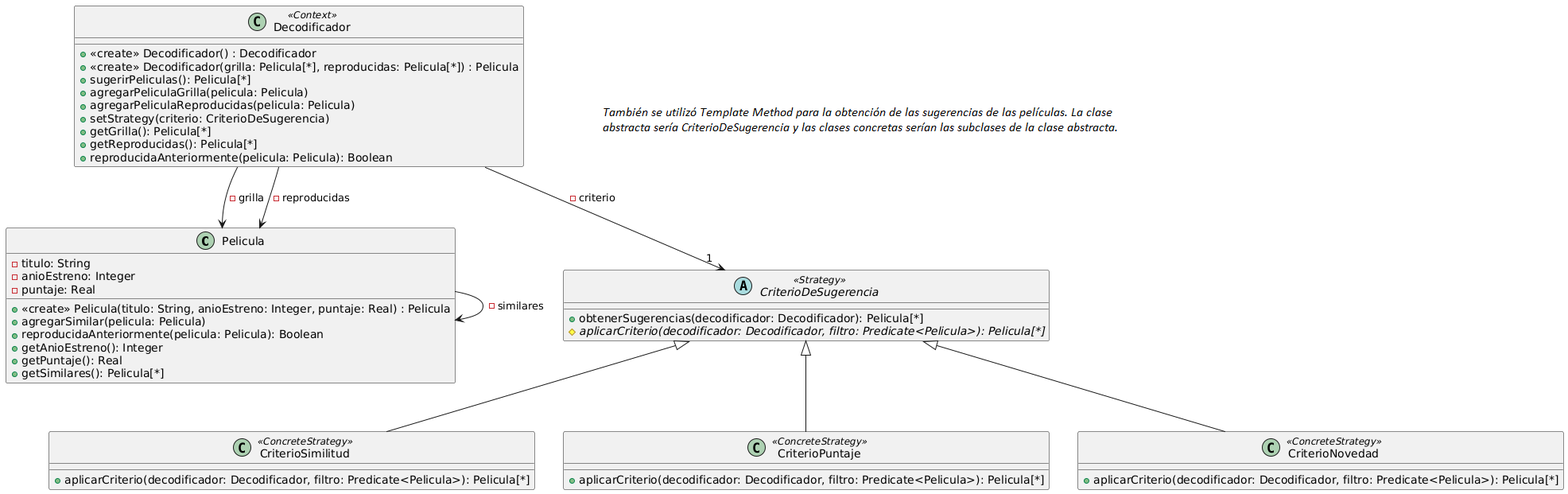
Earlier version of the PlantUML export UML/Patrones/Ejercicio05-UML.png (MatiasGuaymas/OO2). Its diagram source:
```plantuml
@startuml
class Pelicula {
  -titulo: String
  -anioEstreno: Integer
  -puntaje: Real
  +<<create>> Pelicula(titulo: String, anioEstreno: Integer, puntaje: Real) : Pelicula
  +agregarSimilar(pelicula: Pelicula)
  +reproducidaAnteriormente(pelicula: Pelicula): Boolean
  +getAnioEstreno(): Integer
  +getPuntaje(): Real
  +getSimilares(): Pelicula[*]
}

class Decodificador <<Context>> {
  +<<create>> Decodificador() : Decodificador
  +<<create>> Decodificador(grilla: Pelicula[*], reproducidas: Pelicula[*]) : Pelicula
  +sugerirPeliculas(): Pelicula[*]
  +agregarPeliculaGrilla(pelicula: Pelicula)
  +agregarPeliculaReproducidas(pelicula: Pelicula)
  +setStrategy(criterio: CriterioDeSugerencia)
  +getGrilla(): Pelicula[*]
  +getReproducidas(): Pelicula[*]
  +reproducidaAnteriormente(pelicula: Pelicula): Boolean
}

abstract class CriterioDeSugerencia <<Strategy>> {
  +obtenerSugerencias(decodificador: Decodificador): Pelicula[*]
  #{abstract}aplicarCriterio(decodificador: Decodificador, filtro: Predicate<Pelicula>): Pelicula[*]
}

class CriterioSimilitud <<ConcreteStrategy>> {
  +aplicarCriterio(decodificador: Decodificador, filtro: Predicate<Pelicula>): Pelicula[*]
}

class CriterioPuntaje <<ConcreteStrategy>> {
  +aplicarCriterio(decodificador: Decodificador, filtro: Predicate<Pelicula>): Pelicula[*]
}

class CriterioNovedad <<ConcreteStrategy>> {
  +aplicarCriterio(decodificador: Decodificador, filtro: Predicate<Pelicula>): Pelicula[*]
}


Pelicula --> Pelicula : - similares
Decodificador --> Pelicula : - grilla
Decodificador --> Pelicula : - reproducidas
Decodificador --> "1" CriterioDeSugerencia : - criterio
CriterioDeSugerencia <|-- CriterioSimilitud
CriterioDeSugerencia <|-- CriterioPuntaje
CriterioDeSugerencia <|-- CriterioNovedad
@enduml
```
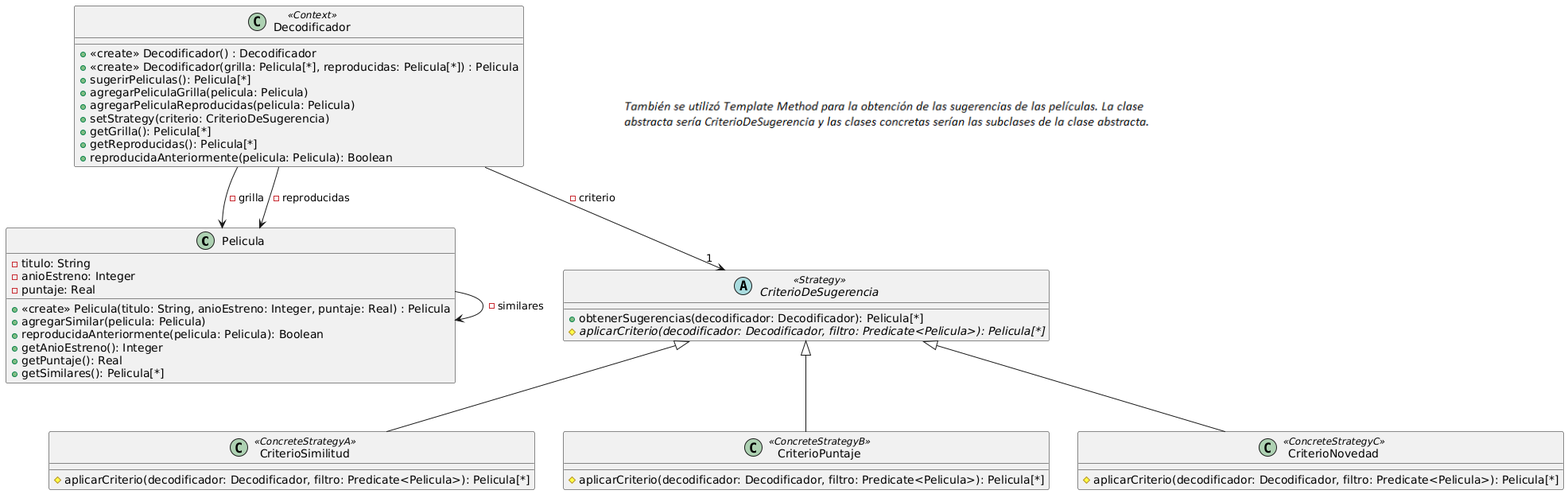
After the commit.

Diff of the diagram source:
```diff
@@ -28,16 +28,16 @@
   #{abstract}aplicarCriterio(decodificador: Decodificador, filtro: Predicate<Pelicula>): Pelicula[*]
 }
 
-class CriterioSimilitud <<ConcreteStrategy>> {
-  +aplicarCriterio(decodificador: Decodificador, filtro: Predicate<Pelicula>): Pelicula[*]
+class CriterioSimilitud <<ConcreteStrategyA>> {
+  #aplicarCriterio(decodificador: Decodificador, filtro: Predicate<Pelicula>): Pelicula[*]
 }
 
-class CriterioPuntaje <<ConcreteStrategy>> {
-  +aplicarCriterio(decodificador: Decodificador, filtro: Predicate<Pelicula>): Pelicula[*]
+class CriterioPuntaje <<ConcreteStrategyB>> {
+  #aplicarCriterio(decodificador: Decodificador, filtro: Predicate<Pelicula>): Pelicula[*]
 }
 
-class CriterioNovedad <<ConcreteStrategy>> {
-  +aplicarCriterio(decodificador: Decodificador, filtro: Predicate<Pelicula>): Pelicula[*]
+class CriterioNovedad <<ConcreteStrategyC>> {
+  #aplicarCriterio(decodificador: Decodificador, filtro: Predicate<Pelicula>): Pelicula[*]
 }
 
 
```
